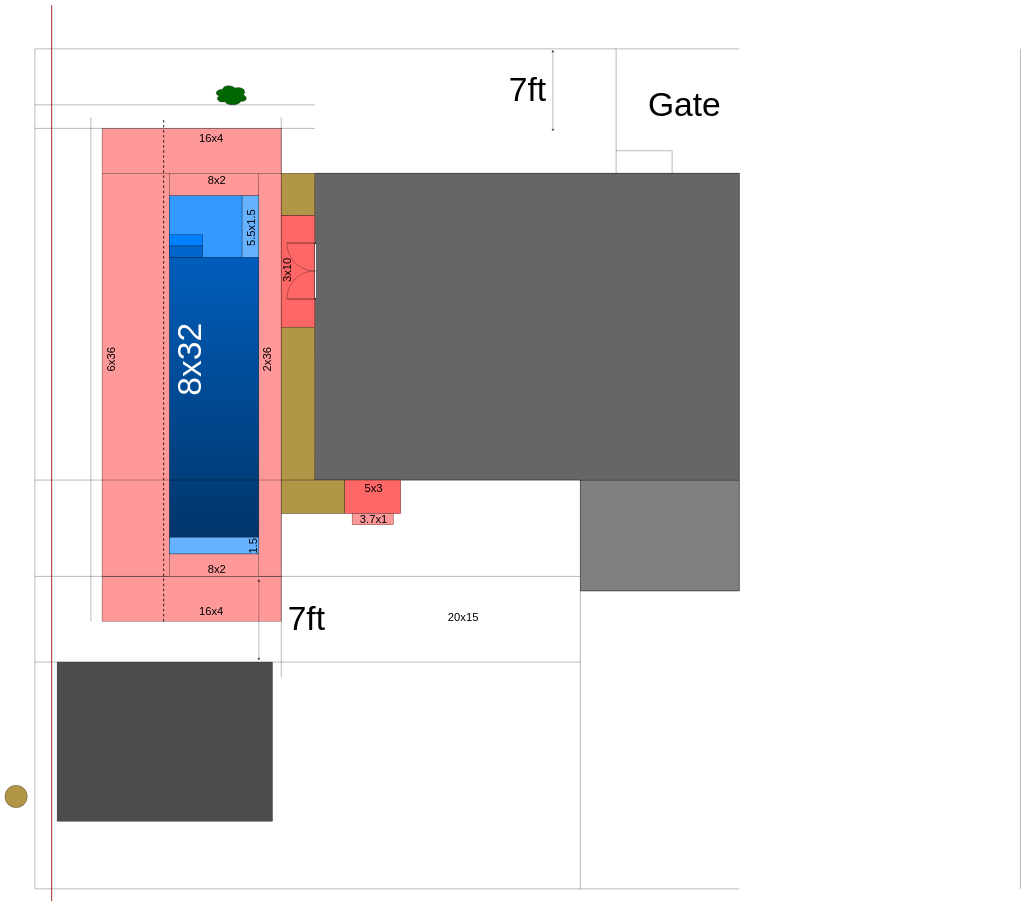
The draw.io diagram Pool.drawio in hikumealan/draw-io-diagrams, before the edit. Source tidied: cells renumbered, new cells numbered last; positions are measured from the earlier drawing's top-left corner, leaving out a move shared by most shapes. Both pictures are drawn from the tidied source at 28%, with x=0, y=0 at pixel (5, 5).
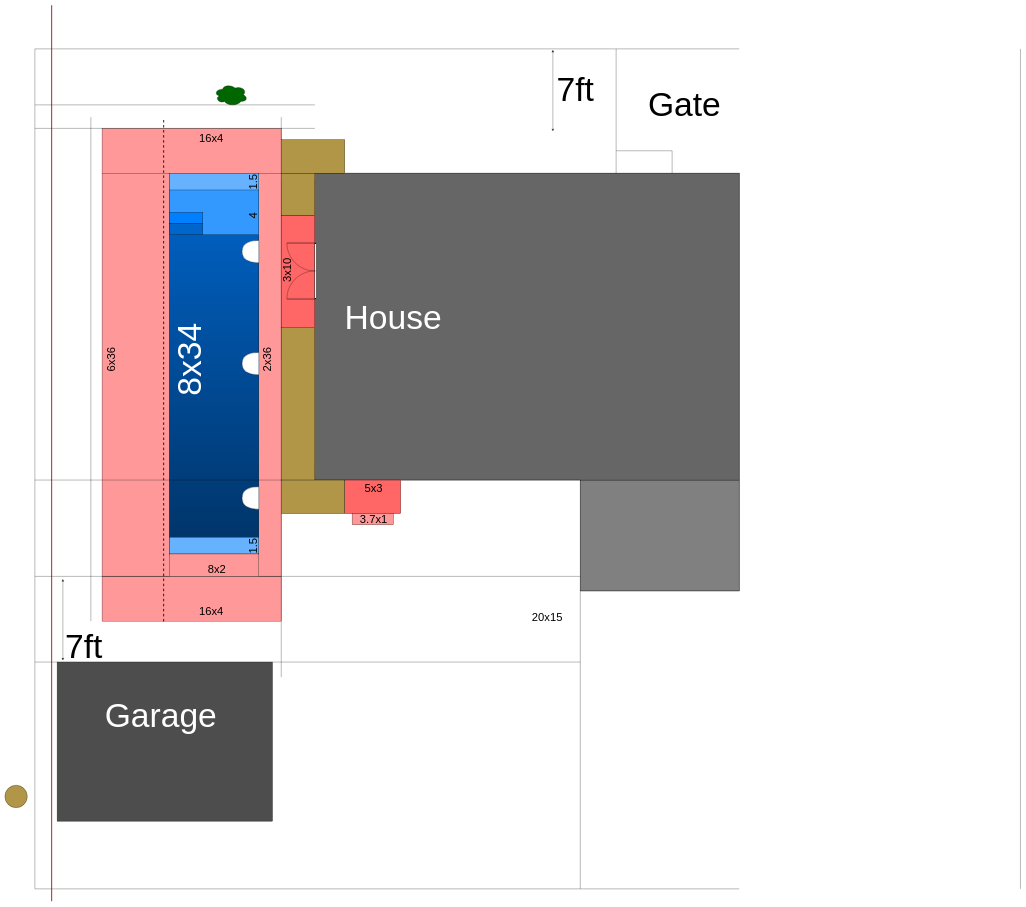
Above is the later version.

What changed in the source:
```diff
@@
     <mxCell id="8" style="rounded=0;whiteSpace=wrap;html=1;fillColor=#003366;gradientDirection=north;gradientColor=#0066CC;" parent="1" vertex="1">
-      <mxGeometry x="587" y="680" width="320" height="1280" as="geometry" />
+      <mxGeometry x="587" y="600" width="320" height="1360" as="geometry" />
     </mxCell>
@@
     <mxCell id="16" style="rounded=0;whiteSpace=wrap;html=1;fillColor=#3399FF;" parent="1" vertex="1">
-      <mxGeometry x="587" y="680" width="260" height="220" as="geometry" />
+      <mxGeometry x="587" y="600" width="320" height="220" as="geometry" />
     </mxCell>
     <mxCell id="17" style="rounded=0;whiteSpace=wrap;html=1;fillColor=#007FFF;" parent="1" vertex="1">
-      <mxGeometry x="587" y="820" width="120" height="40" as="geometry" />
+      <mxGeometry x="587" y="740" width="120" height="40" as="geometry" />
     </mxCell>
     <mxCell id="18" style="rounded=0;whiteSpace=wrap;html=1;fillColor=#0066CC;" parent="1" vertex="1">
-      <mxGeometry x="587" y="860" width="120" height="40" as="geometry" />
+      <mxGeometry x="587" y="780" width="120" height="40" as="geometry" />
     </mxCell>
@@
-    <mxCell id="37" style="rounded=0;whiteSpace=wrap;html=1;fillColor=#66B2FF;gradientDirection=north;" parent="1" vertex="1">
-      <mxGeometry x="847" y="680" width="60" height="220" as="geometry" />
-    </mxCell>
@@
     <mxCell id="43" value="7ft" style="text;html=1;strokeColor=none;fillColor=none;align=center;verticalAlign=middle;whiteSpace=wrap;rounded=0;fontSize=120;" parent="1" vertex="1">
-      <mxGeometry x="1047" y="2175" width="60" height="30" as="geometry" />
+      <mxGeometry x="252" y="2275" width="60" height="30" as="geometry" />
     </mxCell>
@@
-    <mxCell id="52" style="rounded=0;whiteSpace=wrap;html=1;fontSize=120;fillColor=#FF9999;gradientColor=none;gradientDirection=north;" parent="1" vertex="1">
-      <mxGeometry x="587" y="600" width="320" height="80" as="geometry" />
-    </mxCell>
@@
-    <mxCell id="54" value="8x32" style="text;html=1;strokeColor=none;fillColor=none;align=center;verticalAlign=middle;whiteSpace=wrap;rounded=0;fontSize=120;rotation=270;fontColor=#FFFFFF;" parent="1" vertex="1">
+    <mxCell id="54" value="8x34" style="text;html=1;strokeColor=none;fillColor=none;align=center;verticalAlign=middle;whiteSpace=wrap;rounded=0;fontSize=120;rotation=270;fontColor=#FFFFFF;" parent="1" vertex="1">
       <mxGeometry x="627" y="1250" width="60" height="30" as="geometry" />
     </mxCell>
@@
-    <mxCell id="57" value="5.5x1.5" style="text;html=1;strokeColor=none;fillColor=none;align=center;verticalAlign=middle;whiteSpace=wrap;rounded=0;fontSize=40;fontColor=#000000;rotation=270;" parent="1" vertex="1">
-      <mxGeometry x="847" y="780" width="60" height="30" as="geometry" />
-    </mxCell>
@@
-    <mxCell id="59" value="8x2" style="text;html=1;strokeColor=none;fillColor=none;align=center;verticalAlign=middle;whiteSpace=wrap;rounded=0;fontSize=40;fontColor=#000000;" parent="1" vertex="1">
-      <mxGeometry x="727" y="610" width="60" height="30" as="geometry" />
-    </mxCell>
@@
     <mxCell id="65" style="endArrow=classic;startArrow=classic;html=1;rounded=0;fontSize=40;fontColor=#000000;strokeColor=#000000;strokeWidth=1;" parent="1" edge="1">
       <mxGeometry relative="1" as="geometry">
-        <mxPoint x="907" y="2050" as="sourcePoint" />
-        <mxPoint x="907" y="2340" as="targetPoint" />
+        <mxPoint x="207" y="2050" as="sourcePoint" />
+        <mxPoint x="207" y="2340" as="targetPoint" />
       </mxGeometry>
     </mxCell>
     <mxCell id="66" value="7ft" style="text;html=1;strokeColor=none;fillColor=none;align=center;verticalAlign=middle;whiteSpace=wrap;rounded=0;fontSize=120;" parent="1" vertex="1">
-      <mxGeometry x="1837" y="285" width="60" height="30" as="geometry" />
+      <mxGeometry x="2007" y="285" width="60" height="30" as="geometry" />
     </mxCell>
@@
     <mxCell id="69" value="20x15" style="text;html=1;strokeColor=none;fillColor=none;align=center;verticalAlign=middle;whiteSpace=wrap;rounded=0;fontSize=40;fontColor=#000000;" parent="1" vertex="1">
-      <mxGeometry x="1607" y="2170" width="60" height="30" as="geometry" />
+      <mxGeometry x="1907" y="2170" width="60" height="30" as="geometry" />
     </mxCell>
@@
+    <mxCell id="75" style="rounded=0;whiteSpace=wrap;html=1;fillColor=#66B2FF;" parent="1" vertex="1">
+      <mxGeometry x="587" y="600" width="320" height="60" as="geometry" />
+    </mxCell>
+    <mxCell id="76" value="&lt;font style=&quot;font-size: 40px&quot;&gt;1.5&lt;br&gt;&lt;/font&gt;" style="text;html=1;strokeColor=none;fillColor=none;align=center;verticalAlign=middle;whiteSpace=wrap;rounded=0;fontSize=120;fontColor=#000000;rotation=270;" parent="1" vertex="1">
+      <mxGeometry x="827" y="616" width="60" height="30" as="geometry" />
+    </mxCell>
+    <mxCell id="77" style="rounded=0;whiteSpace=wrap;html=1;fillColor=#B09646;gradientColor=none;gradientDirection=north;" parent="1" vertex="1">
+      <mxGeometry x="987" y="480" width="227" height="120" as="geometry" />
+    </mxCell>
+    <mxCell id="78" style="shape=or;whiteSpace=wrap;html=1;direction=west;" parent="1" vertex="1">
+      <mxGeometry x="847" y="1240" width="60" height="80" as="geometry" />
+    </mxCell>
+    <mxCell id="79" style="shape=or;whiteSpace=wrap;html=1;direction=west;" parent="1" vertex="1">
+      <mxGeometry x="847" y="840" width="60" height="80" as="geometry" />
+    </mxCell>
+    <mxCell id="80" style="shape=or;whiteSpace=wrap;html=1;direction=west;" parent="1" vertex="1">
+      <mxGeometry x="847" y="1720" width="60" height="80" as="geometry" />
+    </mxCell>
+    <mxCell id="81" value="&lt;font style=&quot;font-size: 40px&quot;&gt;4&lt;br&gt;&lt;/font&gt;" style="text;html=1;strokeColor=none;fillColor=none;align=center;verticalAlign=middle;whiteSpace=wrap;rounded=0;fontSize=120;fontColor=#000000;rotation=270;" parent="1" vertex="1">
+      <mxGeometry x="827" y="736" width="60" height="30" as="geometry" />
+    </mxCell>
+    <mxCell id="82" value="House" style="text;html=1;strokeColor=none;fillColor=none;align=center;verticalAlign=middle;whiteSpace=wrap;rounded=0;fontSize=120;rotation=0;fontColor=#FFFFFF;" parent="1" vertex="1">
+      <mxGeometry x="1357" y="1100" width="60" height="30" as="geometry" />
+    </mxCell>
+    <mxCell id="83" value="Garage" style="text;html=1;strokeColor=none;fillColor=none;align=center;verticalAlign=middle;whiteSpace=wrap;rounded=0;fontSize=120;rotation=0;fontColor=#FFFFFF;" parent="1" vertex="1">
+      <mxGeometry x="527" y="2520" width="60" height="30" as="geometry" />
+    </mxCell>
```
